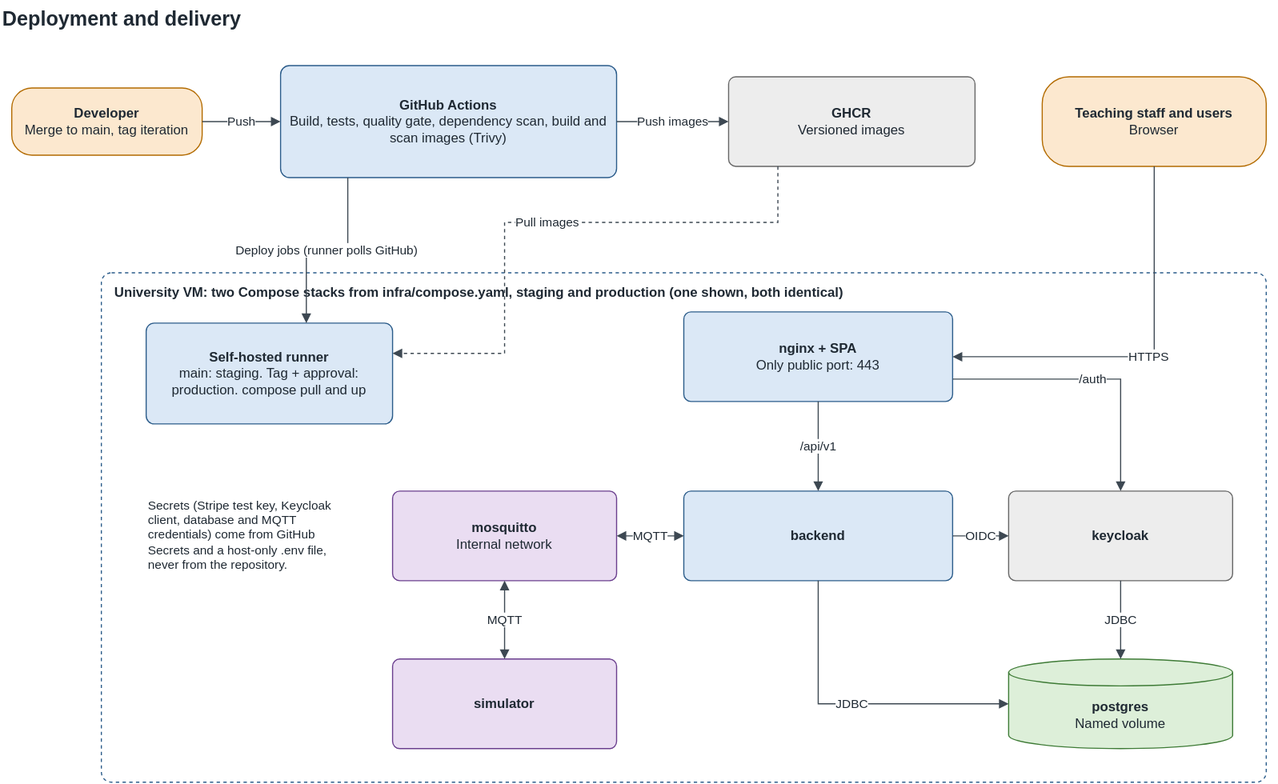
This is docs/architecture/diagrams/09-deployment.drawio.svg from TQS-RiaRide/RIARide, a draw.io export, as it was before one commit. Source tidied: cells renumbered, new cells last; positions are measured from the earlier drawing's top-left corner, leaving out a move shared by most shapes.
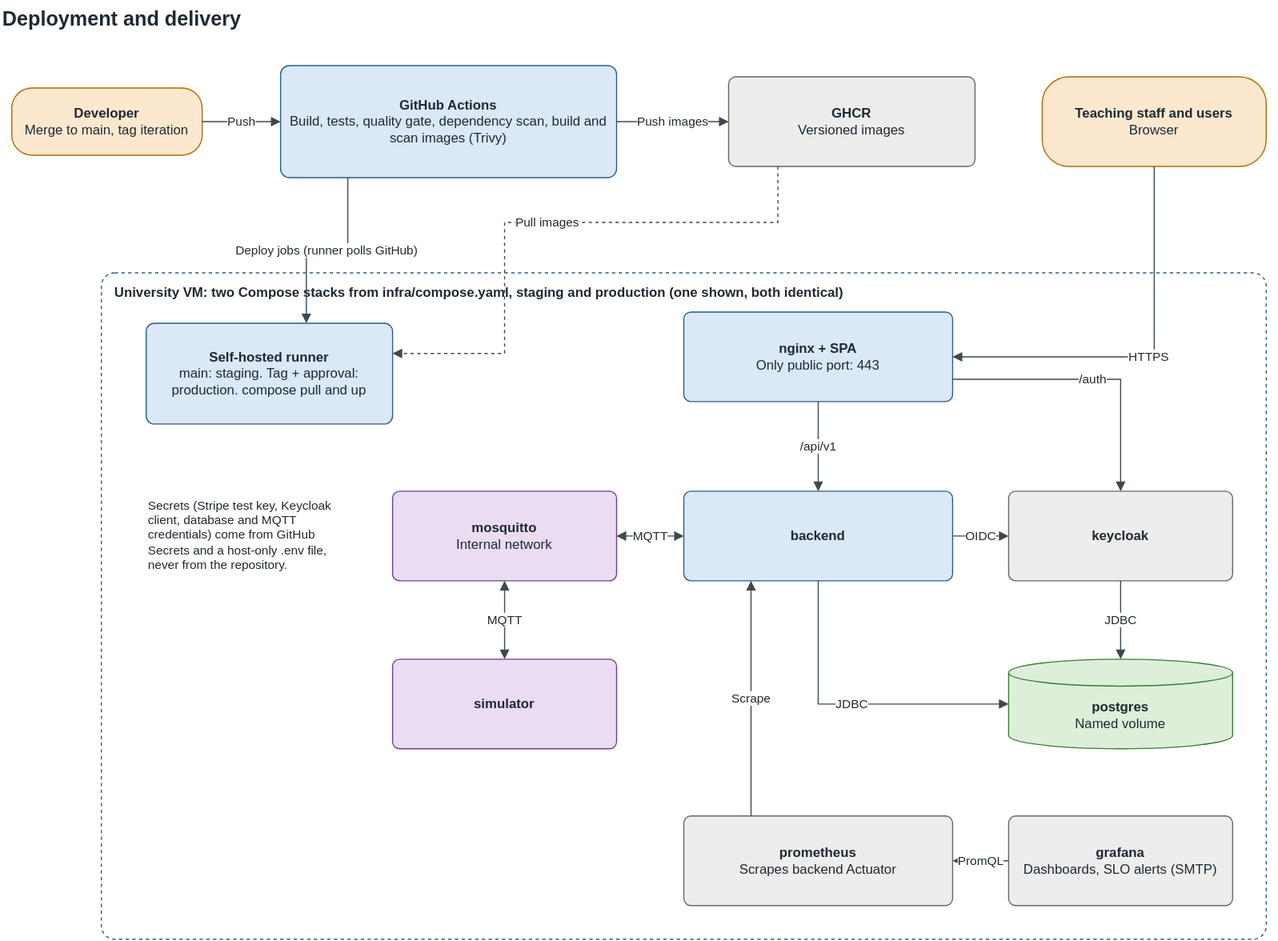
Above is the later version.

Change to the diagram source:
```diff
@@ -18,7 +18,7 @@
       <mxGeometry x="930" y="68" width="200" height="80" as="geometry" />
     </mxCell>
     <mxCell id="7" value="University VM: two Compose stacks from infra/compose.yaml, staging and production (one shown, both identical)" style="html=1;whiteSpace=wrap;fontFamily=Helvetica;fontSize=12;fontColor=#1F2933;rounded=1;arcSize=2;fillColor=none;strokeColor=#2B5C8A;dashed=1;verticalAlign=top;align=left;spacingLeft=10;spacingTop=4;fontStyle=1;" parent="1" vertex="1">
-      <mxGeometry x="90" y="243" width="1040" height="455" as="geometry" />
+      <mxGeometry x="90" y="243" width="1040" height="595" as="geometry" />
     </mxCell>
     <mxCell id="8" value="&lt;b&gt;Self-hosted runner&lt;/b&gt;&lt;br&gt;main: staging. Tag + approval: production. compose pull and up" style="html=1;whiteSpace=wrap;fontFamily=Helvetica;fontSize=12;fontColor=#1F2933;rounded=1;arcSize=8;fillColor=#DBE8F6;strokeColor=#2B5C8A;" parent="1" vertex="1">
       <mxGeometry x="130" y="288" width="220" height="90" as="geometry" />
@@ -90,5 +90,17 @@
     <mxCell id="27" value="JDBC" style="html=1;endArrow=block;endFill=1;strokeColor=#3D4852;fontFamily=Helvetica;fontSize=11;fontColor=#1F2933;labelBackgroundColor=#FFFFFF;rounded=0;edgeStyle=orthogonalEdgeStyle;" parent="1" edge="1" source="11" target="12">
       <mxGeometry relative="1" as="geometry" />
     </mxCell>
+    <mxCell id="28" value="&lt;b&gt;prometheus&lt;/b&gt;&lt;br&gt;Scrapes backend Actuator" style="html=1;whiteSpace=wrap;fontFamily=Helvetica;fontSize=12;fontColor=#1F2933;rounded=1;arcSize=8;fillColor=#EDEDED;strokeColor=#666666;" parent="1" vertex="1">
+      <mxGeometry x="610" y="728" width="240" height="80" as="geometry" />
+    </mxCell>
+    <mxCell id="29" value="&lt;b&gt;grafana&lt;/b&gt;&lt;br&gt;Dashboards, SLO alerts (SMTP)" style="html=1;whiteSpace=wrap;fontFamily=Helvetica;fontSize=12;fontColor=#1F2933;rounded=1;arcSize=8;fillColor=#EDEDED;strokeColor=#666666;" parent="1" vertex="1">
+      <mxGeometry x="900" y="728" width="200" height="80" as="geometry" />
+    </mxCell>
+    <mxCell id="30" value="Scrape" style="html=1;endArrow=block;endFill=1;strokeColor=#3D4852;fontFamily=Helvetica;fontSize=11;fontColor=#1F2933;labelBackgroundColor=#FFFFFF;rounded=0;edgeStyle=orthogonalEdgeStyle;exitX=0.25;exitY=0;exitDx=0;exitDy=0;entryX=0.25;entryY=1;entryDx=0;entryDy=0;" parent="1" edge="1" source="28" target="10">
+      <mxGeometry relative="1" as="geometry" />
+    </mxCell>
+    <mxCell id="31" value="PromQL" style="html=1;endArrow=block;endFill=1;strokeColor=#3D4852;fontFamily=Helvetica;fontSize=11;fontColor=#1F2933;labelBackgroundColor=#FFFFFF;rounded=0;edgeStyle=orthogonalEdgeStyle;exitX=0;exitY=0.5;exitDx=0;exitDy=0;entryX=1;entryY=0.5;entryDx=0;entryDy=0;" parent="1" edge="1" source="29" target="28">
+      <mxGeometry relative="1" as="geometry" />
+    </mxCell>
   </root>
 </mxGraphModel>
```
